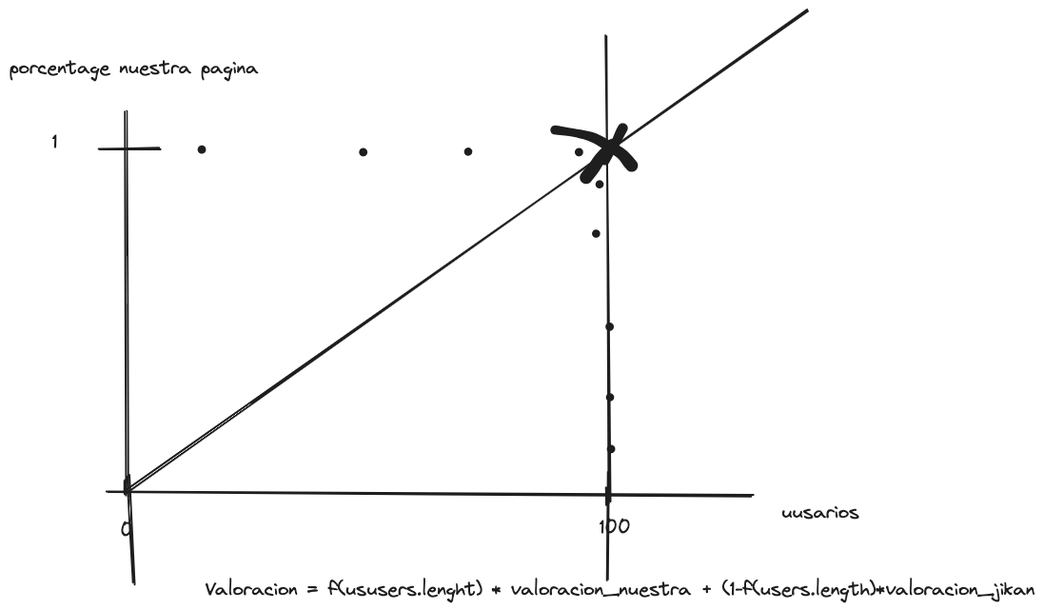
ElenaMoralesGil/PS_GRUPO11_uwuTracker keeps this Excalidraw diagram as doc/linear.excalidraw.png. Above is the earlier version. Source tidied: one line per element, renumbered; positions are measured from the earlier drawing's top-left corner, leaving out a move shared by most shapes.
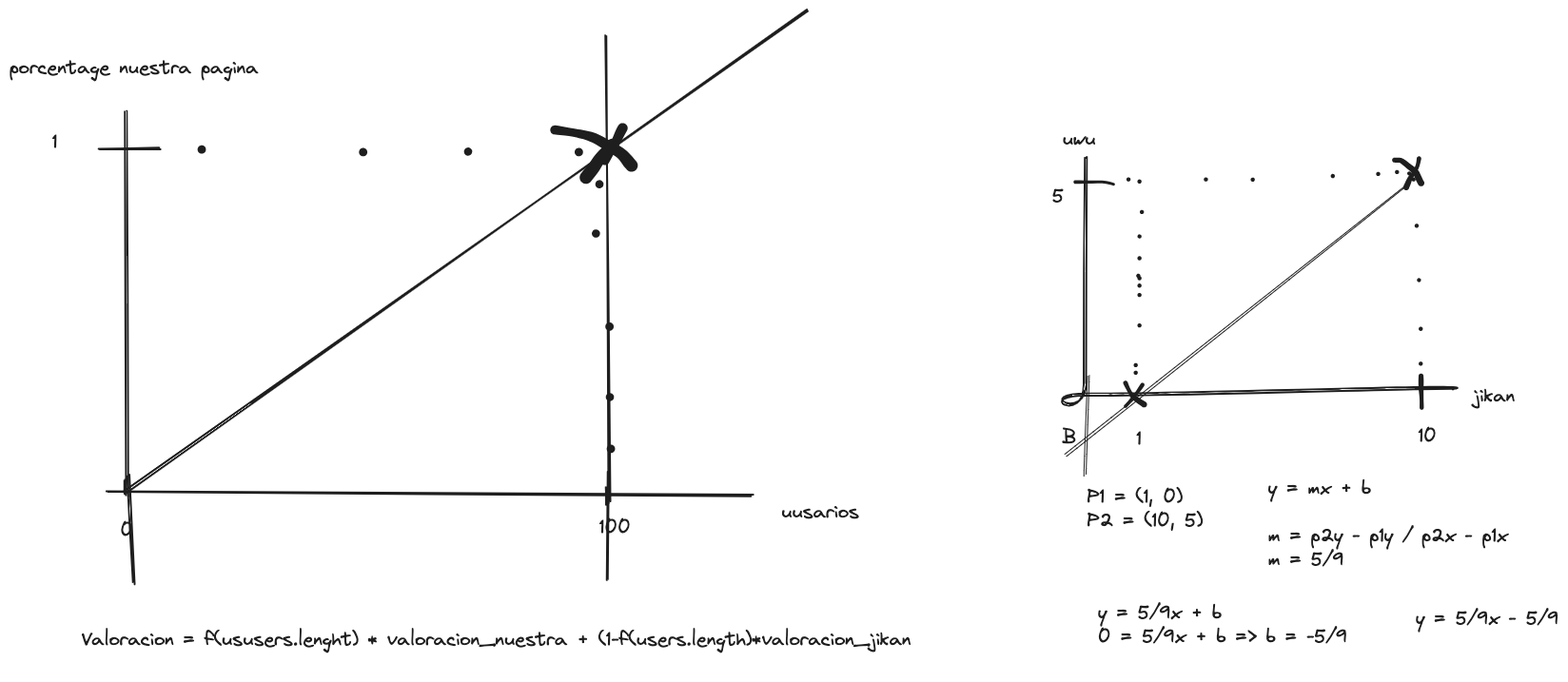
After the commit.

What changed in the source:
```diff
@@ -24,4 +24,46 @@
 {"id": 23, "type": "line", "strokeColor": "#1e1e1e", "strokeWidth": 2, "roughness": 1, "round": true, "x": 131, "y": 602, "width": 6, "height": 113, "points": [[0, 0], [-6, -113]]}
 {"id": 24, "type": "line", "strokeColor": "#1e1e1e", "strokeWidth": 2, "roughness": 1, "round": true, "x": 629, "y": 486, "width": 1, "height": 112, "points": [[0, 0], [-1, 112]]}
 {"id": 25, "type": "line", "strokeColor": "#1e1e1e", "strokeWidth": 2, "roughness": 1, "round": true, "x": 626, "y": 27, "width": 4, "height": 491, "points": [[0, 0], [4, 491]]}
-{"id": 26, "type": "text", "text": "Valoracion = f(ususers.lenght) * valoracion_nuestra + (1-f(users.length)*valoracion_jikan", "strokeColor": "#1e1e1e", "strokeWidth": 2, "roughness": 1, "fontSize": 20, "fontFamily": 1, "x": 206, "y": 596, "width": 872, "height": 25}
+{"id": 26, "type": "text", "text": "Valoracion = f(ususers.lenght) * valoracion_nuestra + (1-f(users.length)*valoracion_jikan", "strokeColor": "#1e1e1e", "strokeWidth": 2, "roughness": 1, "fontSize": 20, "fontFamily": 1, "x": 76, "y": 649, "width": 872, "height": 25}
+{"id": 27, "type": "line", "strokeColor": "#1e1e1e", "strokeWidth": 2, "roughness": 1, "round": true, "x": 1131, "y": 155, "width": 387, "height": 250, "points": [[0, 0], [-1, 238], [2, 250], [351, 243], [386, 242]]}
+{"id": 28, "type": "text", "text": "jikan", "strokeColor": "#1e1e1e", "strokeWidth": 2, "roughness": 1, "fontSize": 20, "fontFamily": 1, "x": 1539, "y": 393, "width": 43, "height": 25}
+{"id": 29, "type": "text", "text": "uwu", "strokeColor": "#1e1e1e", "strokeWidth": 2, "roughness": 1, "fontSize": 20, "fontFamily": 1, "x": 1107, "y": 122, "width": 35, "height": 25}
+{"id": 30, "type": "freedraw", "strokeColor": "#1e1e1e", "strokeWidth": 1, "roughness": 1, "x": 1191, "y": 393, "width": 18, "height": 23, "points": [[0, 0], [0, 0], [0, 2], [-2, 5], [-6, 9], [-10, 13], [-12, 16], [-14, 19], [-16, 21], [-17, 22], [-17, 22], [-18, 23], [-18, 23], [-18, 23]]}
+{"id": 31, "type": "freedraw", "strokeColor": "#1e1e1e", "strokeWidth": 1, "roughness": 1, "x": 1173, "y": 392, "width": 20, "height": 23, "points": [[0, 0], [0, 0], [0, 1], [1, 4], [3, 7], [5, 10], [6, 12], [7, 13], [7, 14], [8, 14], [8, 15], [10, 16], [11, 17], [13, 19], [14, 19], [15, 19], [15, 19], [15, 20], [15, 20], [16, 20], [16, 20], [16, 20], [17, 21], [17, 21], [17, 21], [18, 21], [18, 22], [19, 22], [19, 22], [20, 23], [20, 23], [20, 23]]}
+{"id": 32, "type": "freedraw", "strokeColor": "#1e1e1e", "strokeWidth": 1, "roughness": 1, "x": 1484, "y": 395, "width": 1, "height": 34, "points": [[0, 0], [0, -2], [0, -4], [0, -7], [0, -9], [0, -11], [0, -11], [0, -11], [0, -11], [0, -9], [0, -8], [0, -6], [0, -3], [0, 0], [0, 3], [0, 7], [1, 11], [1, 15], [1, 18], [1, 21], [1, 22], [1, 23], [1, 23]]}
+{"id": 33, "type": "freedraw", "strokeColor": "#1e1e1e", "strokeWidth": 1, "roughness": 1, "x": 1120, "y": 180, "width": 40, "height": 2, "points": [[0, 0], [0, 0], [2, 0], [6, 0], [15, 0], [19, 0], [25, 0], [30, 0], [33, 0], [38, 2], [40, 2], [40, 2], [40, 2], [40, 2], [40, 2]]}
+{"id": 34, "type": "freedraw", "strokeColor": "#1e1e1e", "strokeWidth": 1, "roughness": 1, "x": 1471, "y": 171, "width": 0, "height": 0, "points": [[0, 0], [0, 0], [0, 0]]}
+{"id": 35, "type": "text", "text": "5", "strokeColor": "#1e1e1e", "strokeWidth": 1, "roughness": 1, "fontSize": 20, "fontFamily": 1, "x": 1096, "y": 183, "width": 12, "height": 25}
+{"id": 36, "type": "text", "text": "1", "strokeColor": "#1e1e1e", "strokeWidth": 1, "roughness": 1, "fontSize": 20, "fontFamily": 1, "x": 1184, "y": 438, "width": 5, "height": 25}
+{"id": 37, "type": "text", "text": "10", "strokeColor": "#1e1e1e", "strokeWidth": 1, "roughness": 1, "fontSize": 20, "fontFamily": 1, "x": 1481, "y": 435, "width": 19, "height": 25}
+{"id": 38, "type": "freedraw", "strokeColor": "#1e1e1e", "strokeWidth": 1, "roughness": 1, "x": 1481, "y": 156, "width": 13, "height": 31, "points": [[0, 0], [0, 0], [0, 1], [0, 4], [-1, 9], [-3, 11], [-4, 13], [-5, 15], [-8, 18], [-9, 19], [-9, 20], [-10, 21], [-10, 22], [-10, 22], [-10, 23], [-11, 24], [-11, 24], [-11, 25], [-11, 25], [-11, 25], [-12, 26], [-12, 27], [-12, 27], [-13, 28], [-13, 29], [-13, 29], [-13, 30], [-13, 30], [-13, 31], [-13, 30], [-13, 30]]}
+{"id": 39, "type": "freedraw", "strokeColor": "#1e1e1e", "strokeWidth": 1, "roughness": 1, "x": 1456, "y": 157, "width": 28, "height": 24, "points": [[0, 0], [0, 0], [0, 0], [2, 0], [4, 0], [5, 0], [6, 0], [8, 1], [9, 2], [10, 3], [12, 4], [13, 5], [15, 6], [16, 8], [17, 8], [18, 9], [19, 10], [20, 10], [20, 11], [21, 12], [22, 12], [22, 13], [22, 13], [23, 14], [23, 14], [24, 15], [24, 17], [25, 17], [25, 18], [25, 19], [26, 20], [26, 21], [27, 22], [27, 23], [27, 24], [28, 24], [28, 24], [28, 24]]}
+{"id": 40, "type": "freedraw", "strokeColor": "#1e1e1e", "strokeWidth": 1, "roughness": 1, "x": 1483, "y": 371, "width": 0, "height": 0, "points": [[0, 0], [0, 0]]}
+{"id": 41, "type": "freedraw", "strokeColor": "#1e1e1e", "strokeWidth": 1, "roughness": 1, "x": 1483, "y": 335, "width": 0, "height": 0, "points": [[0, 0], [0, 0]]}
+{"id": 42, "type": "freedraw", "strokeColor": "#1e1e1e", "strokeWidth": 1, "roughness": 1, "x": 1481, "y": 283, "width": 0, "height": 0, "points": [[0, 0], [0, 0], [0, 0]]}
+{"id": 43, "type": "freedraw", "strokeColor": "#1e1e1e", "strokeWidth": 1, "roughness": 1, "x": 1479, "y": 226, "width": 0, "height": 0, "points": [[0, 0], [0, 0]]}
+{"id": 44, "type": "freedraw", "strokeColor": "#1e1e1e", "strokeWidth": 1, "roughness": 1, "x": 1476, "y": 178, "width": 0, "height": 0, "points": [[0, 0], [0, 0]]}
+{"id": 45, "type": "freedraw", "strokeColor": "#1e1e1e", "strokeWidth": 1, "roughness": 1, "x": 1176, "y": 178, "width": 0, "height": 0, "points": [[0, 0], [0, 0]]}
+{"id": 46, "type": "freedraw", "strokeColor": "#1e1e1e", "strokeWidth": 1, "roughness": 1, "x": 1257, "y": 178, "width": 0, "height": 0, "points": [[0, 0], [0, 0]]}
+{"id": 47, "type": "freedraw", "strokeColor": "#1e1e1e", "strokeWidth": 1, "roughness": 1, "x": 1307, "y": 178, "width": 0, "height": 0, "points": [[0, 0], [0, 0]]}
+{"id": 48, "type": "freedraw", "strokeColor": "#1e1e1e", "strokeWidth": 1, "roughness": 1, "x": 1391, "y": 174, "width": 0, "height": 0, "points": [[0, 0], [0, 0]]}
+{"id": 49, "type": "freedraw", "strokeColor": "#1e1e1e", "strokeWidth": 1, "roughness": 1, "x": 1439, "y": 172, "width": 0, "height": 0, "points": [[0, 0], [0, 0]]}
+{"id": 50, "type": "freedraw", "strokeColor": "#1e1e1e", "strokeWidth": 1, "roughness": 1, "x": 1458, "y": 170, "width": 0, "height": 0, "points": [[0, 0], [0, 0]]}
+{"id": 51, "type": "line", "strokeColor": "#1e1e1e", "strokeWidth": 1, "roughness": 1, "round": true, "x": 1110, "y": 467, "width": 359, "height": 285, "points": [[0, 0], [359, -285]]}
+{"id": 52, "type": "freedraw", "strokeColor": "#1e1e1e", "strokeWidth": 1, "roughness": 1, "x": 1188, "y": 180, "width": 0, "height": 0, "points": [[0, 0], [0, 0]]}
+{"id": 53, "type": "freedraw", "strokeColor": "#1e1e1e", "strokeWidth": 1, "roughness": 1, "x": 1186, "y": 279, "width": 0, "height": 0, "points": [[0, 0], [0, 0]]}
+{"id": 54, "type": "freedraw", "strokeColor": "#1e1e1e", "strokeWidth": 1, "roughness": 1, "x": 1190, "y": 212, "width": 0, "height": 0, "points": [[0, 0], [0, 0]]}
+{"id": 55, "type": "freedraw", "strokeColor": "#1e1e1e", "strokeWidth": 1, "roughness": 1, "x": 1188, "y": 237, "width": 0, "height": 0, "points": [[0, 0], [0, 0], [0, 0]]}
+{"id": 56, "type": "freedraw", "strokeColor": "#1e1e1e", "strokeWidth": 1, "roughness": 1, "x": 1188, "y": 260, "width": 0, "height": 0, "points": [[0, 0], [0, 0]]}
+{"id": 57, "type": "freedraw", "strokeColor": "#1e1e1e", "strokeWidth": 1, "roughness": 1, "x": 1188, "y": 281, "width": 0, "height": 0, "points": [[0, 0], [0, 0]]}
+{"id": 58, "type": "freedraw", "strokeColor": "#1e1e1e", "strokeWidth": 1, "roughness": 1, "x": 1188, "y": 289, "width": 0, "height": 0, "points": [[0, 0], [0, 0]]}
+{"id": 59, "type": "freedraw", "strokeColor": "#1e1e1e", "strokeWidth": 1, "roughness": 1, "x": 1188, "y": 299, "width": 0, "height": 0, "points": [[0, 0], [0, 0]]}
+{"id": 60, "type": "freedraw", "strokeColor": "#1e1e1e", "strokeWidth": 1, "roughness": 1, "x": 1188, "y": 331, "width": 0, "height": 0, "points": [[0, 0], [0, 0]]}
+{"id": 61, "type": "freedraw", "strokeColor": "#1e1e1e", "strokeWidth": 1, "roughness": 1, "x": 1184, "y": 373, "width": 0, "height": 0, "points": [[0, 0], [0, 0]]}
+{"id": 62, "type": "freedraw", "strokeColor": "#1e1e1e", "strokeWidth": 1, "roughness": 1, "x": 1184, "y": 381, "width": 0, "height": 0, "points": [[0, 0], [0, 0]]}
+{"id": 63, "type": "text", "text": "P1 = (1, 0)\nP2 = (10, 5)", "strokeColor": "#1e1e1e", "strokeWidth": 1, "roughness": 1, "fontSize": 20, "fontFamily": 1, "x": 1133, "y": 499, "width": 122, "height": 50}
+{"id": 64, "type": "text", "text": "y = mx + b\n\nm = p2y - p1y / p2x - p1x\nm = 5/9", "strokeColor": "#1e1e1e", "strokeWidth": 1, "roughness": 1, "fontSize": 20, "fontFamily": 1, "x": 1323, "y": 489, "width": 251, "height": 100}
+{"id": 65, "type": "text", "text": "y = 5/9x + b\n0 = 5/9x + b => b = -5/9\n", "strokeColor": "#1e1e1e", "strokeWidth": 1, "roughness": 1, "fontSize": 20, "fontFamily": 1, "x": 1144, "y": 621, "width": 262, "height": 75}
+{"id": 66, "type": "text", "text": "y = 5/9x - 5/9", "strokeColor": "#1e1e1e", "strokeWidth": 1, "roughness": 1, "fontSize": 20, "fontFamily": 1, "x": 1478, "y": 627, "width": 150, "height": 25}
+{"id": 67, "type": "line", "strokeColor": "#1e1e1e", "strokeWidth": 1, "roughness": 1, "round": true, "x": 1134, "y": 384, "width": 4, "height": 106, "points": [[0, 0], [-4, 106]]}
+{"id": 68, "type": "text", "text": "B", "strokeColor": "#1e1e1e", "strokeWidth": 1, "roughness": 1, "fontSize": 20, "fontFamily": 1, "x": 1106, "y": 436, "width": 15, "height": 25}
```
